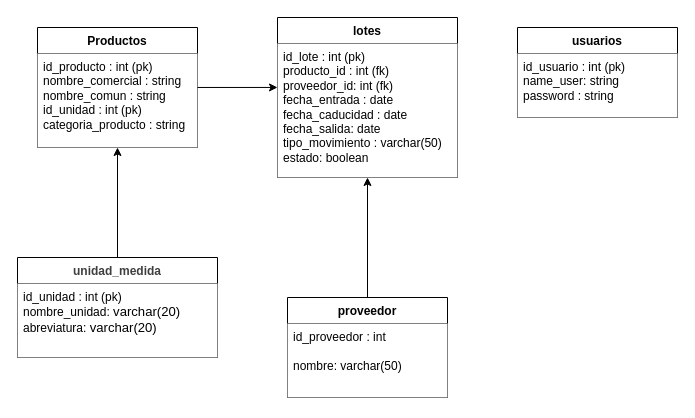
Before: diagramaUML/almacen.drawio in Nathael12/almacen, a draw.io diagram. Source tidied: cells renumbered, new cells numbered last; positions are measured from the earlier drawing's top-left corner, leaving out a move shared by most shapes. Both pictures are drawn from the tidied source at 100%, with x=0, y=0 at pixel (17, 17).
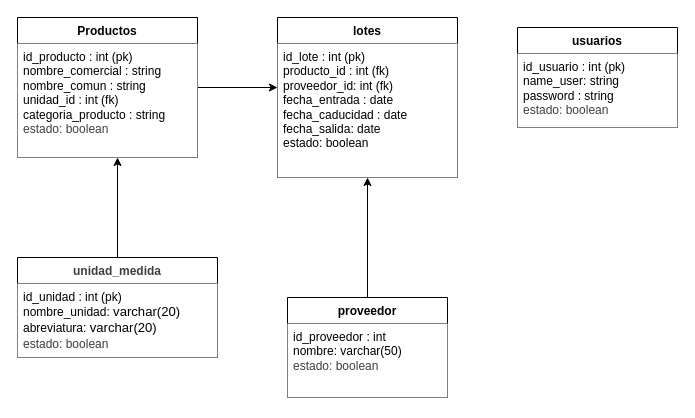
The same page after the edit.

Diff of the diagram source:
```diff
@@
 <mxGraphModel>
   <root>
     <mxCell id="0" />
     <mxCell id="1" parent="0" />
+    <mxCell id="15" style="edgeStyle=none;html=1;" parent="1" edge="1" source="2">
+      <mxGeometry relative="1" as="geometry">
+        <mxPoint x="260" y="70" as="targetPoint" />
+      </mxGeometry>
+    </mxCell>
     <mxCell id="2" value="Productos" style="swimlane;fontStyle=1;align=center;verticalAlign=top;horizontal=1;startSize=26;whiteSpace=wrap;html=1;" parent="1" vertex="1">
-      <mxGeometry x="20" y="10" width="160" height="120" as="geometry" />
+      <mxGeometry width="180" height="140" as="geometry" />
     </mxCell>
-    <mxCell id="3" value="id_producto : int (pk)&lt;div&gt;nombre_comercial : string&lt;/div&gt;&lt;div&gt;nombre_comun : string&lt;/div&gt;&lt;div&gt;&lt;span style=&quot;color: rgb(0, 0, 0);&quot;&gt;id_unidad : int (pk)&lt;/span&gt;&lt;/div&gt;&lt;div&gt;categoria_producto : string&lt;/div&gt;" style="text;strokeColor=none;fillColor=default;align=left;verticalAlign=top;spacingLeft=4;spacingRight=4;overflow=hidden;whiteSpace=wrap;html=1;" parent="2" vertex="1">
-      <mxGeometry y="26" width="160" height="94" as="geometry" />
+    <mxCell id="3" value="id_producto : int (pk)&lt;div&gt;nombre_comercial : string&lt;/div&gt;&lt;div&gt;nombre_comun : string&lt;/div&gt;&lt;div&gt;&lt;span style=&quot;color: rgb(0, 0, 0);&quot;&gt;unidad_id : int (fk)&lt;/span&gt;&lt;/div&gt;&lt;div&gt;categoria_producto : string&lt;/div&gt;&lt;div&gt;&lt;span style=&quot;color: rgb(63, 63, 63);&quot;&gt;estado: boolean&lt;/span&gt;&lt;/div&gt;" style="text;strokeColor=none;fillColor=default;align=left;verticalAlign=top;spacingLeft=4;spacingRight=4;overflow=hidden;whiteSpace=wrap;html=1;" parent="2" vertex="1">
+      <mxGeometry y="26" width="180" height="114" as="geometry" />
     </mxCell>
     <mxCell id="4" value="lotes" style="swimlane;fontStyle=1;align=center;verticalAlign=top;horizontal=1;startSize=26;whiteSpace=wrap;html=1;" parent="1" vertex="1">
       <mxGeometry x="260" width="180" height="160" as="geometry" />
     </mxCell>
-    <mxCell id="5" value="id_lote : int (pk)&lt;div&gt;producto_id : int (fk)&lt;/div&gt;&lt;div&gt;proveedor_id: int (fk)&lt;/div&gt;&lt;div&gt;fecha_entrada : date&lt;/div&gt;&lt;div&gt;fecha_caducidad : date&lt;/div&gt;&lt;div&gt;fecha_salida: date&lt;/div&gt;&lt;div&gt;&lt;span style=&quot;background-color: transparent;&quot;&gt;tipo_movimiento : varchar(50)&lt;/span&gt;&lt;/div&gt;&lt;div&gt;estado: boolean&lt;/div&gt;" style="text;strokeColor=none;fillColor=default;align=left;verticalAlign=top;spacingLeft=4;spacingRight=4;overflow=hidden;points=[[0,0.5],[1,0.5]];portConstraint=eastwest;whiteSpace=wrap;html=1;" parent="4" vertex="1">
+    <mxCell id="5" value="id_lote : int (pk)&lt;div&gt;producto_id : int (fk)&lt;/div&gt;&lt;div&gt;proveedor_id: int (fk)&lt;/div&gt;&lt;div&gt;fecha_entrada : date&lt;/div&gt;&lt;div&gt;fecha_caducidad : date&lt;/div&gt;&lt;div&gt;fecha_salida: date&lt;/div&gt;&lt;div&gt;estado: boolean&lt;/div&gt;" style="text;strokeColor=none;fillColor=default;align=left;verticalAlign=top;spacingLeft=4;spacingRight=4;overflow=hidden;points=[[0,0.5],[1,0.5]];portConstraint=eastwest;whiteSpace=wrap;html=1;" parent="4" vertex="1">
       <mxGeometry y="26" width="180" height="134" as="geometry" />
     </mxCell>
     <mxCell id="6" style="edgeStyle=none;html=1;exitX=0.5;exitY=0;exitDx=0;exitDy=0;entryX=0.5;entryY=1;entryDx=0;entryDy=0;" parent="1" edge="1" source="7" target="4">
       <mxGeometry relative="1" as="geometry" />
     </mxCell>
     <mxCell id="7" value="proveedor" style="swimlane;fontStyle=1;align=center;verticalAlign=top;horizontal=1;startSize=26;whiteSpace=wrap;html=1;" parent="1" vertex="1">
       <mxGeometry x="270" y="280" width="160" height="100" as="geometry" />
     </mxCell>
-    <mxCell id="8" value="id_proveedor : int&lt;div&gt;&lt;font color=&quot;#000000&quot;&gt;&lt;br&gt;&lt;/font&gt;&lt;div&gt;nombre: varchar(50)&lt;/div&gt;&lt;div&gt;&lt;br&gt;&lt;/div&gt;&lt;/div&gt;" style="text;strokeColor=none;fillColor=default;align=left;verticalAlign=top;spacingLeft=4;spacingRight=4;overflow=hidden;whiteSpace=wrap;html=1;" parent="7" vertex="1">
+    <mxCell id="8" value="id_proveedor : int&lt;div&gt;&lt;div&gt;nombre: varchar(50)&lt;/div&gt;&lt;div&gt;&lt;span style=&quot;color: rgb(63, 63, 63);&quot;&gt;estado: boolean&lt;/span&gt;&lt;/div&gt;&lt;/div&gt;" style="text;strokeColor=none;fillColor=default;align=left;verticalAlign=top;spacingLeft=4;spacingRight=4;overflow=hidden;whiteSpace=wrap;html=1;" parent="7" vertex="1">
       <mxGeometry y="26" width="160" height="74" as="geometry" />
     </mxCell>
     <mxCell id="9" value="usuarios" style="swimlane;fontStyle=1;align=center;verticalAlign=top;horizontal=1;startSize=26;whiteSpace=wrap;html=1;" parent="1" vertex="1">
-      <mxGeometry x="500" y="10" width="160" height="90" as="geometry" />
+      <mxGeometry x="500" y="10" width="160" height="100" as="geometry" />
     </mxCell>
-    <mxCell id="10" value="id_usuario : int (pk)&lt;div&gt;name_user: string&lt;/div&gt;&lt;div&gt;password : string&lt;/div&gt;&lt;div&gt;&lt;br&gt;&lt;/div&gt;&lt;div&gt;&lt;br&gt;&lt;/div&gt;" style="text;strokeColor=none;fillColor=default;align=left;verticalAlign=top;spacingLeft=4;spacingRight=4;overflow=hidden;whiteSpace=wrap;html=1;" parent="9" vertex="1">
-      <mxGeometry y="26" width="160" height="64" as="geometry" />
+    <mxCell id="10" value="id_usuario : int (pk)&lt;div&gt;name_user: string&lt;/div&gt;&lt;div&gt;password : string&lt;/div&gt;&lt;div&gt;&lt;span style=&quot;color: rgb(63, 63, 63);&quot;&gt;estado: boolean&lt;/span&gt;&lt;/div&gt;&lt;div&gt;&lt;br&gt;&lt;/div&gt;&lt;div&gt;&lt;br&gt;&lt;/div&gt;" style="text;strokeColor=none;fillColor=default;align=left;verticalAlign=top;spacingLeft=4;spacingRight=4;overflow=hidden;whiteSpace=wrap;html=1;" parent="9" vertex="1">
+      <mxGeometry y="26" width="160" height="74" as="geometry" />
     </mxCell>
-    <mxCell id="11" style="edgeStyle=none;html=1;entryX=0.5;entryY=1;entryDx=0;entryDy=0;" parent="1" edge="1" source="12" target="2">
-      <mxGeometry relative="1" as="geometry" />
-    </mxCell>
+    <mxCell id="16" style="edgeStyle=none;html=1;" parent="1" edge="1" source="12">
+      <mxGeometry relative="1" as="geometry">
+        <mxPoint x="100" y="140" as="targetPoint" />
+      </mxGeometry>
+    </mxCell>
     <mxCell id="12" value="&lt;div&gt;&lt;span style=&quot;color: rgb(63, 63, 63); background-color: transparent;&quot;&gt;unidad_medida&lt;/span&gt;&lt;/div&gt;" style="swimlane;fontStyle=1;align=center;verticalAlign=top;horizontal=1;startSize=26;whiteSpace=wrap;html=1;" parent="1" vertex="1">
       <mxGeometry y="240" width="200" height="100" as="geometry" />
     </mxCell>
-    <mxCell id="13" value="id_unidad : int (pk)&lt;div&gt;nombre_unidad:&amp;nbsp;&lt;span style=&quot;background-color: rgb(255, 255, 255); color: rgb(0, 0, 0); font-family: sans-serif; font-size: 13.12px; text-wrap-mode: nowrap;&quot;&gt;varchar(20)&lt;/span&gt;&lt;/div&gt;&lt;div&gt;abreviatura:&amp;nbsp;&lt;span style=&quot;background-color: rgb(255, 255, 255); color: rgb(0, 0, 0); font-family: sans-serif; font-size: 13.12px; text-wrap-mode: nowrap;&quot;&gt;varchar(20)&lt;/span&gt;&lt;/div&gt;" style="text;strokeColor=none;fillColor=default;align=left;verticalAlign=top;spacingLeft=4;spacingRight=4;overflow=hidden;whiteSpace=wrap;html=1;" parent="12" vertex="1">
+    <mxCell id="13" value="id_unidad : int (pk)&lt;div&gt;nombre_unidad:&amp;nbsp;&lt;span style=&quot;background-color: rgb(255, 255, 255); color: rgb(0, 0, 0); font-family: sans-serif; font-size: 13.12px; text-wrap-mode: nowrap;&quot;&gt;varchar(20)&lt;/span&gt;&lt;/div&gt;&lt;div&gt;abreviatura:&amp;nbsp;&lt;span style=&quot;background-color: rgb(255, 255, 255); color: rgb(0, 0, 0); font-family: sans-serif; font-size: 13.12px; text-wrap-mode: nowrap;&quot;&gt;varchar(20)&lt;/span&gt;&lt;/div&gt;&lt;div&gt;&lt;span style=&quot;background-color: rgb(255, 255, 255); color: rgb(0, 0, 0); font-family: sans-serif; font-size: 13.12px; text-wrap-mode: nowrap;&quot;&gt;&lt;span style=&quot;color: rgb(63, 63, 63); font-family: Helvetica; font-size: 12px; text-wrap-mode: wrap; background-color: rgb(251, 251, 251);&quot;&gt;estado: boolean&lt;/span&gt;&lt;/span&gt;&lt;/div&gt;" style="text;strokeColor=none;fillColor=default;align=left;verticalAlign=top;spacingLeft=4;spacingRight=4;overflow=hidden;whiteSpace=wrap;html=1;" parent="12" vertex="1">
       <mxGeometry y="26" width="200" height="74" as="geometry" />
     </mxCell>
-    <mxCell id="14" style="edgeStyle=none;html=1;entryX=0;entryY=0.328;entryDx=0;entryDy=0;entryPerimeter=0;" parent="1" edge="1" source="2" target="5">
-      <mxGeometry relative="1" as="geometry" />
-    </mxCell>
   </root>
 </mxGraphModel>
```
